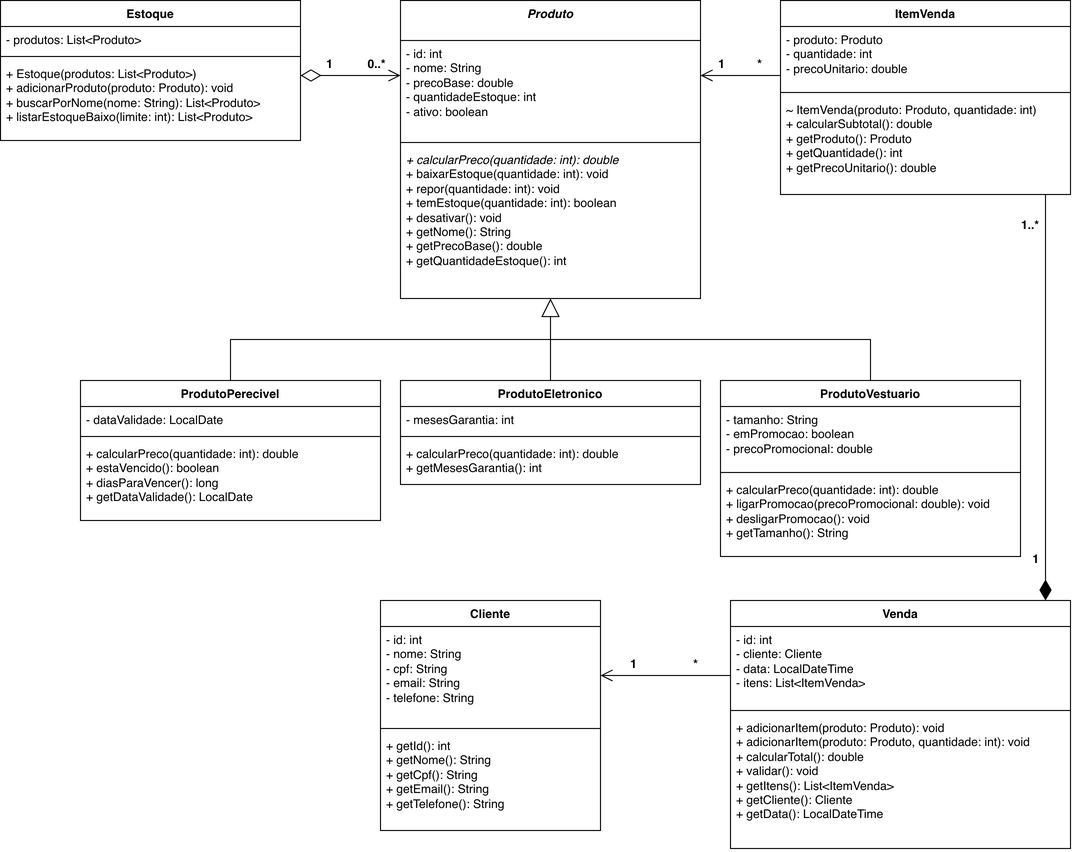
ProjP2/Sistema-Loja keeps this draw.io diagram as docs/Projeto P2-UML.drawio.png. Above is the earlier version. Source tidied: cells renumbered, new cells last; positions are measured from the earlier drawing's top-left corner, leaving out a move shared by most shapes.
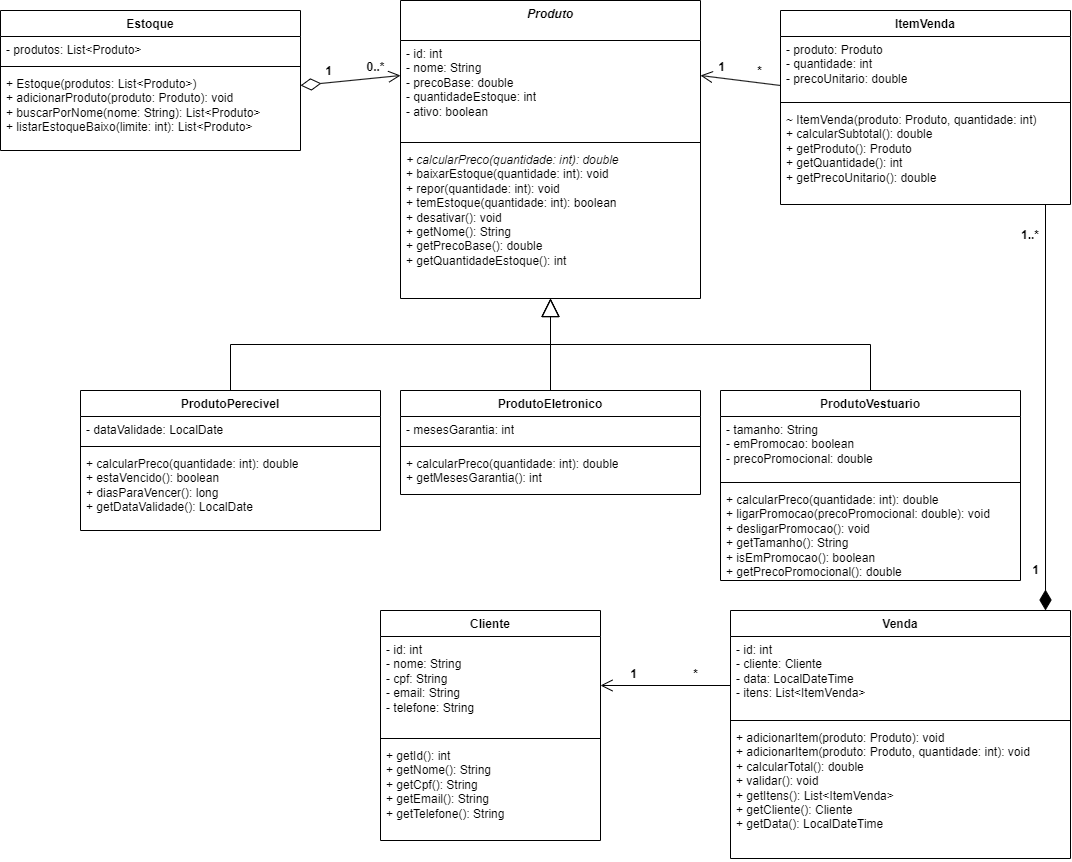
After the commit.

Diff of the diagram source:
```diff
@@ -3,7 +3,7 @@
     <mxCell id="0" />
     <mxCell id="1" parent="0" />
     <mxCell id="2" value="&lt;i&gt;Produto&lt;/i&gt;" style="swimlane;fontStyle=1;align=center;verticalAlign=top;horizontal=1;startSize=30;whiteSpace=wrap;html=1;startSize=40;" parent="1" vertex="1">
-      <mxGeometry x="400" width="300" height="298" as="geometry" />
+      <mxGeometry x="400" y="-10" width="300" height="298" as="geometry" />
     </mxCell>
     <mxCell id="3" value="- id: int&lt;br&gt;- nome: String&lt;br&gt;- precoBase: double&lt;br&gt;- quantidadeEstoque: int&lt;br&gt;- ativo: boolean" style="text;strokeColor=none;fillColor=none;align=left;verticalAlign=top;spacingLeft=4;spacingRight=4;overflow=hidden;whiteSpace=wrap;html=1;" parent="2" vertex="1">
       <mxGeometry y="40" width="300" height="98" as="geometry" />
@@ -75,7 +75,7 @@
       <mxGeometry y="60" width="300" height="44" as="geometry" />
     </mxCell>
     <mxCell id="26" value="ProdutoVestuario" style="swimlane;fontStyle=1;align=center;verticalAlign=top;horizontal=1;startSize=26;whiteSpace=wrap;html=1;" parent="1" vertex="1">
-      <mxGeometry x="720" y="380" width="300" height="176" as="geometry" />
+      <mxGeometry x="720" y="380" width="300" height="190" as="geometry" />
     </mxCell>
     <mxCell id="27" value="- tamanho: String&lt;br&gt;- emPromocao: boolean&lt;br&gt;- precoPromocional: double" style="text;strokeColor=none;fillColor=none;align=left;verticalAlign=top;spacingLeft=4;spacingRight=4;overflow=hidden;whiteSpace=wrap;html=1;" parent="26" vertex="1">
       <mxGeometry y="26" width="300" height="62" as="geometry" />
@@ -83,8 +83,8 @@
     <mxCell id="28" style="line;strokeWidth=1;fillColor=none;align=left;verticalAlign=middle;spacingTop=-1;spacingLeft=3;spacingRight=3;labelPosition=right;strokeColor=inherit;" parent="26" vertex="1">
       <mxGeometry y="88" width="300" height="8" as="geometry" />
     </mxCell>
-    <mxCell id="29" value="+ calcularPreco(quantidade: int): double&lt;br&gt;+ ligarPromocao(precoPromocional: double): void&lt;br&gt;+ desligarPromocao(): void&lt;br&gt;+ getTamanho(): String" style="text;strokeColor=none;fillColor=none;align=left;verticalAlign=top;spacingLeft=4;spacingRight=4;overflow=hidden;whiteSpace=wrap;html=1;" parent="26" vertex="1">
-      <mxGeometry y="96" width="300" height="80" as="geometry" />
+    <mxCell id="29" value="+ calcularPreco(quantidade: int): double&lt;br&gt;+ ligarPromocao(precoPromocional: double): void&lt;br&gt;+ desligarPromocao(): void&lt;br&gt;+ getTamanho(): String&lt;div&gt;+ isEmPromocao(): boolean&lt;/div&gt;&lt;div&gt;+ getPrecoPromocional(): double&lt;/div&gt;" style="text;strokeColor=none;fillColor=none;align=left;verticalAlign=top;spacingLeft=4;spacingRight=4;overflow=hidden;whiteSpace=wrap;html=1;" parent="26" vertex="1">
+      <mxGeometry y="96" width="300" height="94" as="geometry" />
     </mxCell>
     <mxCell id="30" style="endArrow=block;endSize=16;endFill=0;html=1;rounded=0;edgeStyle=orthogonalEdgeStyle;exitX=0.5;exitY=0;entryX=0.5;entryY=1;" parent="1" edge="1" source="18" target="2">
       <mxGeometry relative="1" as="geometry" />
```
